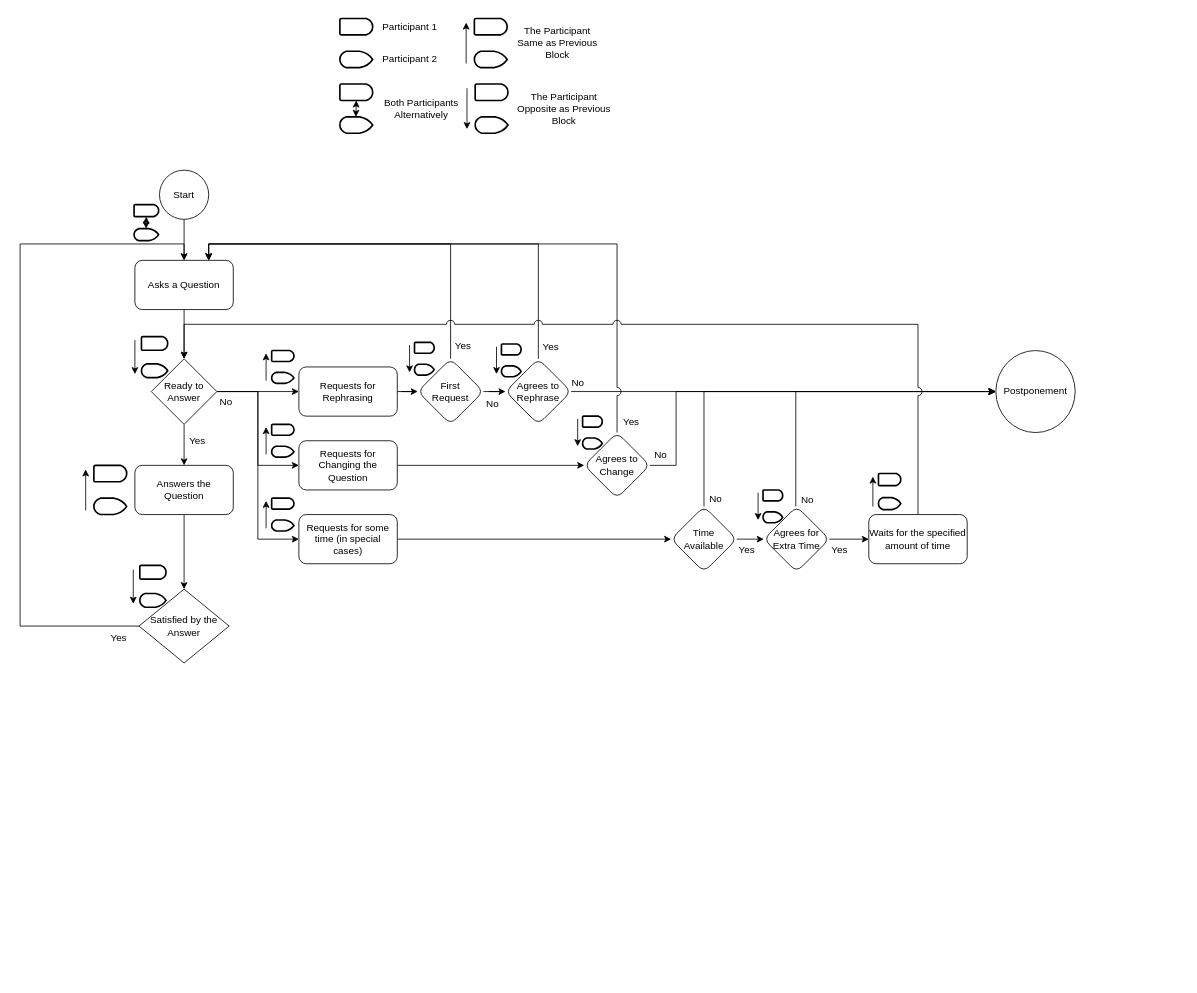
Before: flowchart.drawio in Tanmay53/shastrarth, a draw.io diagram. Source tidied: cells renumbered, new cells numbered last; positions are measured from the earlier drawing's top-left corner, leaving out a move shared by most shapes. Both pictures are drawn from the tidied source at 82%, with x=0, y=0 at pixel (20, 14).
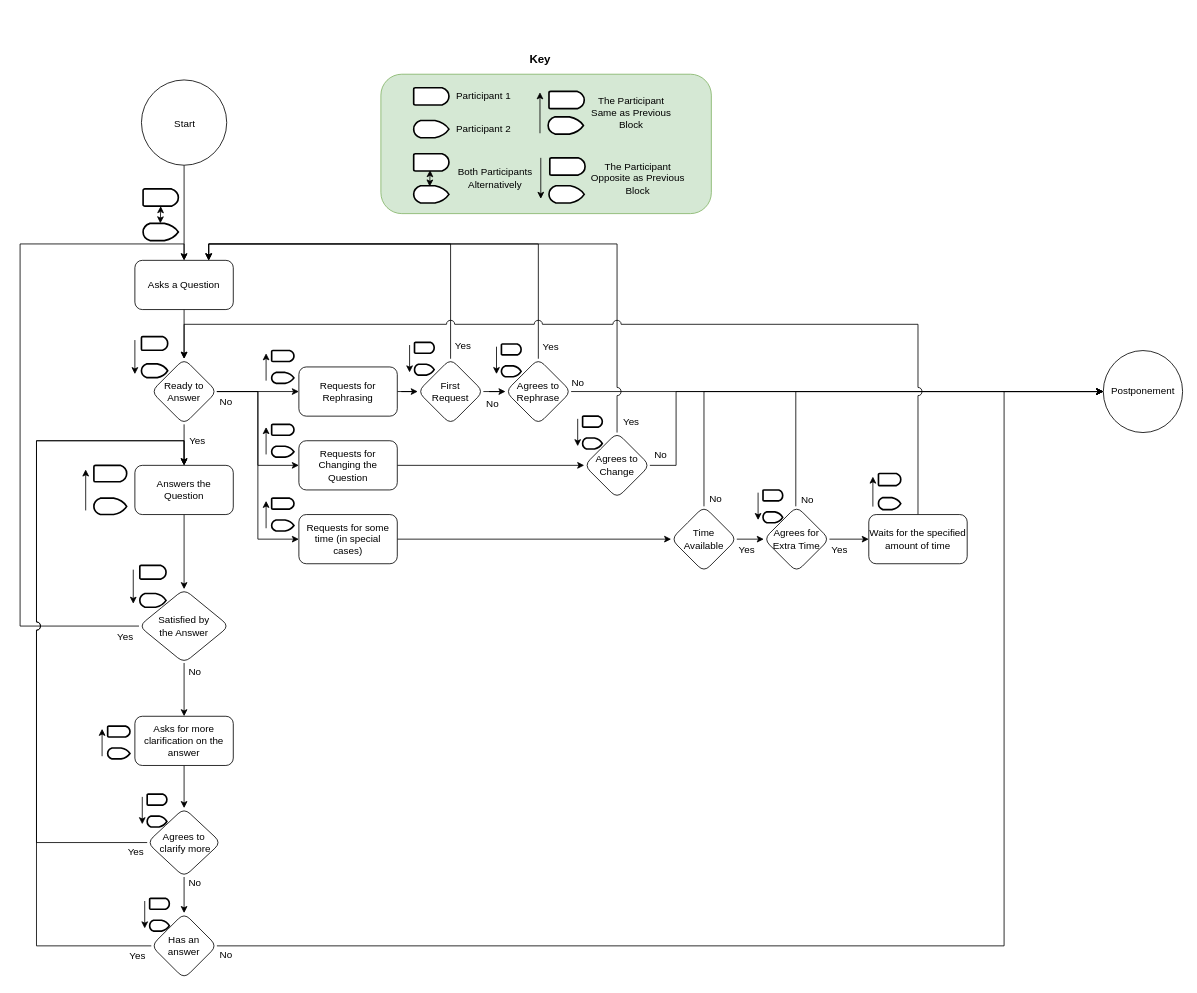
The same diagram, later.

Commit message:
Basic Structured Flow Draft Completed

The change refers to these unchanged cells:
```xml
<mxCell id="40" value="Answers the&lt;br&gt;Question" style="rounded=1;whiteSpace=wrap;html=1;" parent="1" vertex="1">
  <mxGeometry x="140" y="550" width="120" height="60" as="geometry" />
</mxCell>
```

Diff of the diagram source:
```diff
@@
-    <mxCell id="3" style="verticalLabelPosition=bottom;verticalAlign=top;html=1;shape=mxgraph.flowchart.on-page_reference;" parent="1" vertex="1">
-      <mxGeometry x="170" y="190" width="60" height="60" as="geometry" />
-    </mxCell>
-    <mxCell id="4" style="strokeWidth=2;html=1;shape=mxgraph.flowchart.delay;whiteSpace=wrap;" parent="1" vertex="1">
-      <mxGeometry x="390" y="5" width="40" height="20" as="geometry" />
-    </mxCell>
-    <mxCell id="5" value="Participant 1" style="text;html=1;align=center;verticalAlign=middle;strokeColor=none;fillColor=none;" parent="1" vertex="1">
-      <mxGeometry x="430" width="90" height="30" as="geometry" />
-    </mxCell>
-    <mxCell id="6" style="strokeWidth=2;html=1;shape=mxgraph.flowchart.display;whiteSpace=wrap;rotation=-180;" parent="1" vertex="1">
-      <mxGeometry x="390" y="45" width="40" height="20" as="geometry" />
-    </mxCell>
-    <mxCell id="7" value="Participant 2" style="text;html=1;align=center;verticalAlign=middle;strokeColor=none;fillColor=none;" parent="1" vertex="1">
-      <mxGeometry x="430" y="40" width="90" height="30" as="geometry" />
-    </mxCell>
-    <mxCell id="8" value="Start" style="text;html=1;strokeColor=none;fillColor=none;align=center;verticalAlign=middle;whiteSpace=wrap;rounded=0;" parent="1" vertex="1">
-      <mxGeometry x="170" y="205" width="60" height="30" as="geometry" />
-    </mxCell>
@@
-    <mxCell id="11" style="group;" parent="1" vertex="1">
-      <mxGeometry x="390" y="85" width="40" height="60" as="geometry" />
-    </mxCell>
-    <mxCell id="12" style="strokeWidth=2;html=1;shape=mxgraph.flowchart.delay;whiteSpace=wrap;" parent="11" vertex="1">
-      <mxGeometry width="40" height="20" as="geometry" />
-    </mxCell>
-    <mxCell id="13" style="strokeWidth=2;html=1;shape=mxgraph.flowchart.display;whiteSpace=wrap;rotation=-180;" parent="11" vertex="1">
-      <mxGeometry y="40" width="40" height="20" as="geometry" />
-    </mxCell>
-    <mxCell id="14" style="endArrow=classic;startArrow=classic;html=1;rounded=0;" parent="11" edge="1">
-      <mxGeometry relative="1" as="geometry">
-        <mxPoint x="19.5" y="40" as="sourcePoint" />
-        <mxPoint x="20" y="20" as="targetPoint" />
-      </mxGeometry>
-    </mxCell>
-    <mxCell id="15" value="Both Participants &lt;br&gt;Alternatively" style="text;html=1;align=center;verticalAlign=middle;strokeColor=none;fillColor=none;" parent="1" vertex="1">
-      <mxGeometry x="434" y="95" width="110" height="40" as="geometry" />
-    </mxCell>
     <mxCell id="16" style="group;" parent="1" vertex="1">
-      <mxGeometry x="139" y="232" width="30" height="44" as="geometry" />
+      <mxGeometry x="150" y="212.9" width="43" height="63.1" as="geometry" />
     </mxCell>
     <mxCell id="17" style="strokeWidth=2;html=1;shape=mxgraph.flowchart.delay;whiteSpace=wrap;" parent="16" vertex="1">
-      <mxGeometry width="30" height="14.7" as="geometry" />
+      <mxGeometry width="43" height="21" as="geometry" />
     </mxCell>
     <mxCell id="18" style="strokeWidth=2;html=1;shape=mxgraph.flowchart.display;whiteSpace=wrap;rotation=-180;" parent="16" vertex="1">
-      <mxGeometry y="29.3" width="30" height="14.7" as="geometry" />
+      <mxGeometry y="42" width="43" height="21" as="geometry" />
     </mxCell>
     <mxCell id="19" style="endArrow=classic;startArrow=classic;html=1;rounded=0;" parent="16" edge="1">
       <mxGeometry relative="1" as="geometry">
-        <mxPoint x="14.6" y="29.3" as="sourcePoint" />
-        <mxPoint x="15" y="14.7" as="targetPoint" />
+        <mxPoint x="21" y="42" as="sourcePoint" />
+        <mxPoint x="21.5" y="21" as="targetPoint" />
       </mxGeometry>
     </mxCell>
@@
-    <mxCell id="23" value="Ready to Answer" style="rhombus;whiteSpace=wrap;html=1;" parent="1" vertex="1">
+    <mxCell id="23" value="Ready to Answer" style="rhombus;whiteSpace=wrap;html=1;rounded=1;" parent="1" vertex="1">
       <mxGeometry x="160" y="420" width="80" height="80" as="geometry" />
     </mxCell>
@@
-    <mxCell id="28" value="The Participant &lt;br&gt;Same as Previous&lt;br&gt;Block" style="text;html=1;align=center;verticalAlign=middle;strokeColor=none;fillColor=none;" parent="1" vertex="1">
-      <mxGeometry x="595" y="5" width="120" height="60" as="geometry" />
-    </mxCell>
-    <mxCell id="29" style="group;" parent="1" vertex="1">
-      <mxGeometry x="544" y="5" width="50" height="60" as="geometry" />
-    </mxCell>
-    <mxCell id="30" style="strokeWidth=2;html=1;shape=mxgraph.flowchart.delay;whiteSpace=wrap;" parent="29" vertex="1">
-      <mxGeometry x="10" width="40" height="20" as="geometry" />
-    </mxCell>
-    <mxCell id="31" style="strokeWidth=2;html=1;shape=mxgraph.flowchart.display;whiteSpace=wrap;rotation=-180;" parent="29" vertex="1">
-      <mxGeometry x="10" y="40" width="40" height="20" as="geometry" />
-    </mxCell>
-    <mxCell id="32" style="endArrow=classic;html=1;rounded=0;" parent="29" edge="1">
-      <mxGeometry relative="1" as="geometry">
-        <mxPoint y="55" as="sourcePoint" />
-        <mxPoint y="5" as="targetPoint" />
-      </mxGeometry>
-    </mxCell>
-    <mxCell id="33" value="The Participant &lt;br&gt;Opposite as Previous&lt;br&gt;Block" style="text;html=1;align=center;verticalAlign=middle;strokeColor=none;fillColor=none;" parent="1" vertex="1">
-      <mxGeometry x="593" y="85" width="140" height="60" as="geometry" />
-    </mxCell>
-    <mxCell id="34" style="group;" parent="1" vertex="1">
-      <mxGeometry x="545" y="85" width="50" height="60" as="geometry" />
-    </mxCell>
-    <mxCell id="35" style="strokeWidth=2;html=1;shape=mxgraph.flowchart.delay;whiteSpace=wrap;" parent="34" vertex="1">
-      <mxGeometry x="10" width="40" height="20" as="geometry" />
-    </mxCell>
-    <mxCell id="36" style="strokeWidth=2;html=1;shape=mxgraph.flowchart.display;whiteSpace=wrap;rotation=-180;" parent="34" vertex="1">
-      <mxGeometry x="10" y="40" width="40" height="20" as="geometry" />
-    </mxCell>
-    <mxCell id="37" style="endArrow=classic;html=1;rounded=0;" parent="34" edge="1">
-      <mxGeometry relative="1" as="geometry">
-        <mxPoint y="5" as="sourcePoint" />
-        <mxPoint y="55" as="targetPoint" />
-      </mxGeometry>
-    </mxCell>
@@
+    <mxCell id="120" style="edgeStyle=orthogonalEdgeStyle;rounded=0;jettySize=auto;html=1;" parent="1" edge="1" source="46" target="122">
+      <mxGeometry relative="1" as="geometry" />
+    </mxCell>
-    <mxCell id="46" value="Satisfied by the Answer" style="rhombus;whiteSpace=wrap;html=1;" parent="1" vertex="1">
+    <mxCell id="46" value="Satisfied by&lt;br&gt;the Answer" style="rhombus;whiteSpace=wrap;html=1;rounded=1;" parent="1" vertex="1">
       <mxGeometry x="145" y="701" width="110" height="90" as="geometry" />
     </mxCell>
@@
     <mxCell id="51" value="Yes" style="text;html=1;align=center;verticalAlign=middle;strokeColor=none;fillColor=none;" parent="1" vertex="1">
-      <mxGeometry x="100" y="746" width="40" height="30" as="geometry" />
+      <mxGeometry x="108" y="745" width="40" height="30" as="geometry" />
     </mxCell>
@@
     <mxCell id="89" value="Postponement" style="ellipse;whiteSpace=wrap;html=1;rounded=1;" parent="1" vertex="1">
-      <mxGeometry x="1190" y="410" width="96.7" height="100" as="geometry" />
+      <mxGeometry x="1321" y="410" width="96.7" height="100" as="geometry" />
     </mxCell>
@@
-    <mxCell id="105" style="edgeStyle=elbowEdgeStyle;rounded=0;jumpStyle=arc;orthogonalLoop=1;jettySize=auto;html=1;entryX=0;entryY=0.5;entryDx=0;entryDy=0;exitX=0.5;exitY=0;exitDx=0;exitDy=0;" parent="1" edge="1">
+    <mxCell id="105" style="edgeStyle=elbowEdgeStyle;rounded=0;jumpStyle=arc;jettySize=auto;html=1;entryX=0;entryY=0.5;entryDx=0;entryDy=0;exitX=0.5;exitY=0;exitDx=0;exitDy=0;" parent="1" edge="1" target="89">
       <mxGeometry relative="1" as="geometry">
         <mxPoint x="946" y="600" as="sourcePoint" />
-        <mxPoint x="1189" y="460" as="targetPoint" />
         <Array as="points">
           <mxPoint x="946" y="530" />
         </Array>
       </mxGeometry>
     </mxCell>
@@
+    <mxCell id="121" style="edgeStyle=orthogonalEdgeStyle;rounded=0;jettySize=auto;html=1;" parent="1" edge="1" source="122" target="130">
+      <mxGeometry relative="1" as="geometry" />
+    </mxCell>
+    <mxCell id="122" value="Asks for more clarification on the answer" style="whiteSpace=wrap;html=1;rounded=1;" parent="1" vertex="1">
+      <mxGeometry x="140" y="856" width="120" height="60" as="geometry" />
+    </mxCell>
+    <mxCell id="123" style="group;" parent="1" vertex="1">
+      <mxGeometry x="100" y="868" width="34" height="40" as="geometry" />
+    </mxCell>
+    <mxCell id="124" style="strokeWidth=2;html=1;shape=mxgraph.flowchart.delay;whiteSpace=wrap;" parent="123" vertex="1">
+      <mxGeometry x="6.8" width="27.2" height="13.3" as="geometry" />
+    </mxCell>
+    <mxCell id="125" style="strokeWidth=2;html=1;shape=mxgraph.flowchart.display;whiteSpace=wrap;rotation=-180;" parent="123" vertex="1">
+      <mxGeometry x="6.8" y="26.7" width="27.2" height="13.3" as="geometry" />
+    </mxCell>
+    <mxCell id="126" style="endArrow=classic;html=1;rounded=0;" parent="123" edge="1">
+      <mxGeometry relative="1" as="geometry">
+        <mxPoint y="36.7" as="sourcePoint" />
+        <mxPoint y="3.3" as="targetPoint" />
+      </mxGeometry>
+    </mxCell>
+    <mxCell id="127" value="No" style="text;html=1;align=center;verticalAlign=middle;strokeColor=none;fillColor=none;" parent="1" vertex="1">
+      <mxGeometry x="193" y="787" width="40" height="30" as="geometry" />
+    </mxCell>
+    <mxCell id="128" style="edgeStyle=orthogonalEdgeStyle;rounded=0;jettySize=auto;html=1;entryX=0.5;entryY=0;entryDx=0;entryDy=0;jumpStyle=arc;jumpSize=10;" parent="1" edge="1" source="130" target="40">
+      <mxGeometry relative="1" as="geometry">
+        <Array as="points">
+          <mxPoint x="20" y="1010" />
+          <mxPoint x="20" y="520" />
+          <mxPoint x="200" y="520" />
+        </Array>
+      </mxGeometry>
+    </mxCell>
+    <mxCell id="129" style="edgeStyle=orthogonalEdgeStyle;rounded=0;jumpStyle=arc;jumpSize=10;jettySize=auto;html=1;fontSize=12;" parent="1" edge="1" source="130" target="150">
+      <mxGeometry relative="1" as="geometry" />
+    </mxCell>
+    <mxCell id="130" value="Agrees to&lt;br&gt;&amp;nbsp;clarify more" style="rhombus;whiteSpace=wrap;html=1;rounded=1;" parent="1" vertex="1">
+      <mxGeometry x="155" y="968" width="90" height="84" as="geometry" />
+    </mxCell>
+    <mxCell id="131" style="group;" parent="1" vertex="1">
+      <mxGeometry x="149" y="951" width="30" height="40" as="geometry" />
+    </mxCell>
+    <mxCell id="132" style="strokeWidth=2;html=1;shape=mxgraph.flowchart.delay;whiteSpace=wrap;" parent="131" vertex="1">
+      <mxGeometry x="6" width="24" height="13.3" as="geometry" />
+    </mxCell>
+    <mxCell id="133" style="strokeWidth=2;html=1;shape=mxgraph.flowchart.display;whiteSpace=wrap;rotation=-180;" parent="131" vertex="1">
+      <mxGeometry x="6" y="26.7" width="24" height="13.3" as="geometry" />
+    </mxCell>
+    <mxCell id="134" style="endArrow=classic;html=1;rounded=0;" parent="131" edge="1">
+      <mxGeometry relative="1" as="geometry">
+        <mxPoint y="3.3" as="sourcePoint" />
+        <mxPoint y="36.7" as="targetPoint" />
+      </mxGeometry>
+    </mxCell>
+    <mxCell id="135" value="Yes" style="text;html=1;align=center;verticalAlign=middle;strokeColor=none;fillColor=none;" parent="1" vertex="1">
+      <mxGeometry x="121" y="1007" width="40" height="30" as="geometry" />
+    </mxCell>
+    <mxCell id="136" style="group;" parent="1" vertex="1">
+      <mxGeometry x="148" y="190" width="104" height="60" as="geometry" />
+    </mxCell>
+    <mxCell id="3" style="verticalLabelPosition=bottom;verticalAlign=top;html=1;shape=mxgraph.flowchart.on-page_reference;" parent="136" vertex="1">
+      <mxGeometry y="-110" width="104" height="104" as="geometry" />
+    </mxCell>
+    <mxCell id="8" value="Start" style="text;html=1;strokeColor=none;fillColor=none;align=center;verticalAlign=middle;whiteSpace=wrap;rounded=0;" parent="136" vertex="1" collapsed="1">
+      <mxGeometry x="18" y="-71" width="70" height="30" as="geometry" />
+    </mxCell>
+    <mxCell id="137" style="group;" parent="1" vertex="1">
+      <mxGeometry x="440" y="40" width="403" height="203" as="geometry" />
+    </mxCell>
+    <mxCell id="138" style="rounded=1;whiteSpace=wrap;html=1;fillColor=#d5e8d4;strokeColor=#82b366;" parent="137" vertex="1">
+      <mxGeometry y="33" width="403" height="170" as="geometry" />
+    </mxCell>
+    <mxCell id="5" value="Participant 1" style="text;html=1;align=center;verticalAlign=middle;strokeColor=none;fillColor=none;" parent="137" vertex="1">
+      <mxGeometry x="80" y="45" width="90" height="30" as="geometry" />
+    </mxCell>
+    <mxCell id="7" value="Participant 2" style="text;html=1;align=center;verticalAlign=middle;strokeColor=none;fillColor=none;" parent="137" vertex="1">
+      <mxGeometry x="80" y="85" width="90" height="30" as="geometry" />
+    </mxCell>
+    <mxCell id="11" style="group;" parent="137" vertex="1">
+      <mxGeometry x="40" y="130" width="129" height="60" as="geometry" />
+    </mxCell>
+    <mxCell id="14" style="endArrow=classic;startArrow=classic;html=1;rounded=0;" parent="11" edge="1">
+      <mxGeometry relative="1" as="geometry">
+        <mxPoint x="19.5" y="40" as="sourcePoint" />
+        <mxPoint x="20" y="20" as="targetPoint" />
+      </mxGeometry>
+    </mxCell>
+    <mxCell id="15" value="Both Participants &lt;br&gt;Alternatively" style="text;html=1;align=center;verticalAlign=middle;strokeColor=none;fillColor=none;" parent="137" vertex="1">
+      <mxGeometry x="84" y="140" width="110" height="40" as="geometry" />
+    </mxCell>
+    <mxCell id="28" value="The Participant &lt;br&gt;Same as Previous&lt;br&gt;Block" style="text;html=1;align=center;verticalAlign=middle;strokeColor=none;fillColor=none;" parent="137" vertex="1">
+      <mxGeometry x="245" y="50" width="120" height="60" as="geometry" />
+    </mxCell>
+    <mxCell id="29" style="group;" parent="137" vertex="1">
+      <mxGeometry x="194" y="50" width="139" height="60" as="geometry" />
+    </mxCell>
+    <mxCell id="32" style="endArrow=classic;html=1;rounded=0;" parent="29" edge="1">
+      <mxGeometry relative="1" as="geometry">
+        <mxPoint y="55" as="sourcePoint" />
+        <mxPoint y="5" as="targetPoint" />
+      </mxGeometry>
+    </mxCell>
+    <mxCell id="139" style="strokeWidth=2;html=1;shape=mxgraph.flowchart.delay;whiteSpace=wrap;" parent="29" vertex="1">
+      <mxGeometry x="11" y="4" width="43" height="21" as="geometry" />
+    </mxCell>
+    <mxCell id="33" value="The Participant &lt;br&gt;Opposite as Previous&lt;br&gt;Block" style="text;html=1;align=center;verticalAlign=middle;strokeColor=none;fillColor=none;" parent="137" vertex="1">
+      <mxGeometry x="243" y="130" width="140" height="60" as="geometry" />
+    </mxCell>
+    <mxCell id="34" style="group;" parent="137" vertex="1">
+      <mxGeometry x="195" y="130" width="139" height="60" as="geometry" />
+    </mxCell>
+    <mxCell id="37" style="endArrow=classic;html=1;rounded=0;" parent="34" edge="1">
+      <mxGeometry relative="1" as="geometry">
+        <mxPoint y="5" as="sourcePoint" />
+        <mxPoint y="55" as="targetPoint" />
+      </mxGeometry>
+    </mxCell>
+    <mxCell id="140" style="strokeWidth=2;html=1;shape=mxgraph.flowchart.display;whiteSpace=wrap;rotation=-180;" parent="34" vertex="1">
+      <mxGeometry x="10" y="39" width="43" height="21" as="geometry" />
+    </mxCell>
+    <mxCell id="141" style="strokeWidth=2;html=1;shape=mxgraph.flowchart.delay;whiteSpace=wrap;" parent="34" vertex="1">
+      <mxGeometry x="11" y="5" width="43" height="21" as="geometry" />
+    </mxCell>
+    <mxCell id="142" value="&lt;b&gt;&lt;font style=&quot;font-size: 14px;&quot;&gt;Key&lt;/font&gt;&lt;/b&gt;" style="text;html=1;align=center;verticalAlign=middle;strokeColor=none;fillColor=none;" parent="137" vertex="1">
+      <mxGeometry x="169" width="50" height="30" as="geometry" />
+    </mxCell>
+    <mxCell id="143" style="strokeWidth=2;html=1;shape=mxgraph.flowchart.delay;whiteSpace=wrap;" parent="137" vertex="1">
+      <mxGeometry x="40" y="49.5" width="43" height="21" as="geometry" />
+    </mxCell>
+    <mxCell id="144" style="strokeWidth=2;html=1;shape=mxgraph.flowchart.display;whiteSpace=wrap;rotation=-180;" parent="137" vertex="1">
+      <mxGeometry x="40" y="89.5" width="43" height="21" as="geometry" />
+    </mxCell>
+    <mxCell id="145" style="strokeWidth=2;html=1;shape=mxgraph.flowchart.display;whiteSpace=wrap;rotation=-180;" parent="137" vertex="1">
+      <mxGeometry x="40" y="169" width="43" height="21" as="geometry" />
+    </mxCell>
+    <mxCell id="146" style="strokeWidth=2;html=1;shape=mxgraph.flowchart.display;whiteSpace=wrap;rotation=-180;" parent="137" vertex="1">
+      <mxGeometry x="204" y="85" width="43" height="21" as="geometry" />
+    </mxCell>
+    <mxCell id="147" style="strokeWidth=2;html=1;shape=mxgraph.flowchart.delay;whiteSpace=wrap;" parent="137" vertex="1">
+      <mxGeometry x="40" y="130" width="43" height="21" as="geometry" />
+    </mxCell>
+    <mxCell id="148" style="edgeStyle=orthogonalEdgeStyle;rounded=0;jumpStyle=arc;jumpSize=10;jettySize=auto;html=1;entryX=0.5;entryY=0;entryDx=0;entryDy=0;fontSize=12;exitX=0;exitY=0.5;exitDx=0;exitDy=0;" parent="1" edge="1" source="150" target="40">
+      <mxGeometry relative="1" as="geometry">
+        <Array as="points">
+          <mxPoint x="20" y="1136" />
+          <mxPoint x="20" y="520" />
+          <mxPoint x="200" y="520" />
+        </Array>
+      </mxGeometry>
+    </mxCell>
+    <mxCell id="149" style="edgeStyle=orthogonalEdgeStyle;rounded=0;jumpStyle=arc;jumpSize=10;jettySize=auto;html=1;entryX=0;entryY=0.5;entryDx=0;entryDy=0;fontSize=12;exitX=1;exitY=0.5;exitDx=0;exitDy=0;" parent="1" edge="1" source="150" target="89">
+      <mxGeometry relative="1" as="geometry">
+        <Array as="points">
+          <mxPoint x="1200" y="1136" />
+          <mxPoint x="1200" y="460" />
+        </Array>
+      </mxGeometry>
+    </mxCell>
+    <mxCell id="150" value="Has an answer" style="rhombus;whiteSpace=wrap;html=1;rounded=1;" parent="1" vertex="1">
+      <mxGeometry x="160" y="1096" width="80" height="80" as="geometry" />
+    </mxCell>
+    <mxCell id="151" value="No" style="text;html=1;align=center;verticalAlign=middle;strokeColor=none;fillColor=none;fontSize=12;" parent="1" vertex="1">
+      <mxGeometry x="193" y="1045" width="40" height="30" as="geometry" />
+    </mxCell>
+    <mxCell id="152" style="group;" parent="1" vertex="1">
+      <mxGeometry x="152" y="1078" width="30" height="40" as="geometry" />
+    </mxCell>
+    <mxCell id="153" style="strokeWidth=2;html=1;shape=mxgraph.flowchart.delay;whiteSpace=wrap;" parent="152" vertex="1">
+      <mxGeometry x="6" width="24" height="13.3" as="geometry" />
+    </mxCell>
+    <mxCell id="154" style="strokeWidth=2;html=1;shape=mxgraph.flowchart.display;whiteSpace=wrap;rotation=-180;" parent="152" vertex="1">
+      <mxGeometry x="6" y="26.7" width="24" height="13.3" as="geometry" />
+    </mxCell>
+    <mxCell id="155" style="endArrow=classic;html=1;rounded=0;" parent="152" edge="1">
+      <mxGeometry relative="1" as="geometry">
+        <mxPoint y="3.3" as="sourcePoint" />
+        <mxPoint y="36.7" as="targetPoint" />
+      </mxGeometry>
+    </mxCell>
+    <mxCell id="156" value="Yes" style="text;html=1;align=center;verticalAlign=middle;strokeColor=none;fillColor=none;fontSize=12;" parent="1" vertex="1">
+      <mxGeometry x="123" y="1133" width="40" height="30" as="geometry" />
+    </mxCell>
+    <mxCell id="157" value="No" style="text;html=1;align=center;verticalAlign=middle;strokeColor=none;fillColor=none;fontSize=12;" parent="1" vertex="1">
+      <mxGeometry x="231" y="1132" width="40" height="30" as="geometry" />
+    </mxCell>
```
